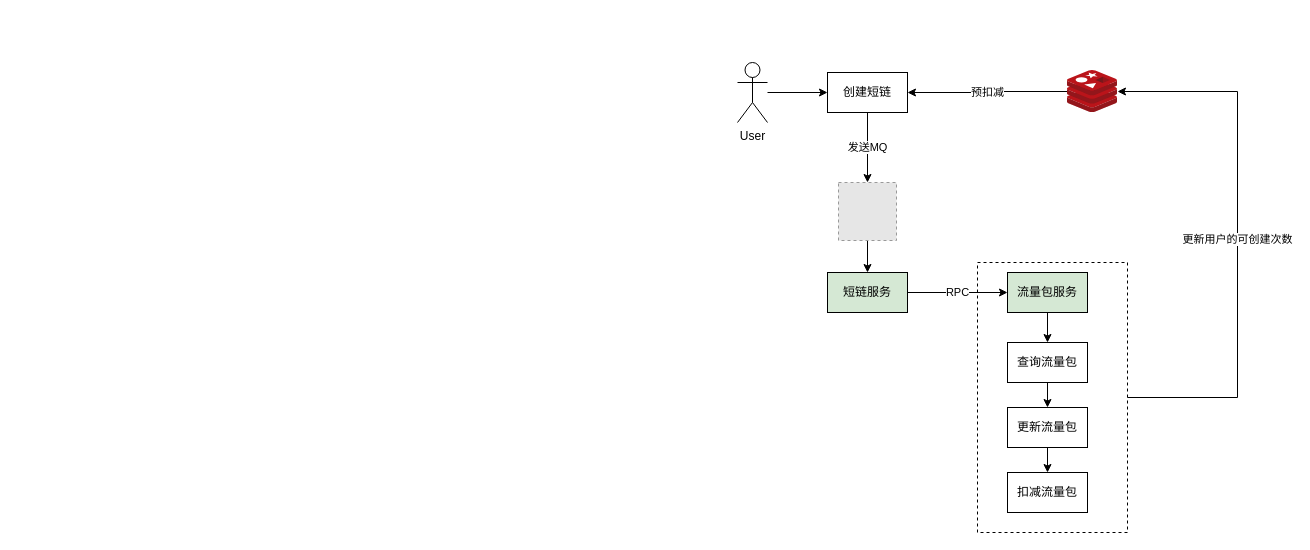
Above: Draw/短链联动流量包.drawio in RainbowJier/Short_Chain (draw.io), before the change. Source tidied: cells renumbered, new cells numbered last; positions are measured from the earlier drawing's top-left corner, leaving out a move shared by most shapes. Both pictures are drawn from the tidied source at 100%, with x=0, y=0 at pixel (737, 62). Pictures stored in the file or linked from it are replaced by grey dashed boxes.
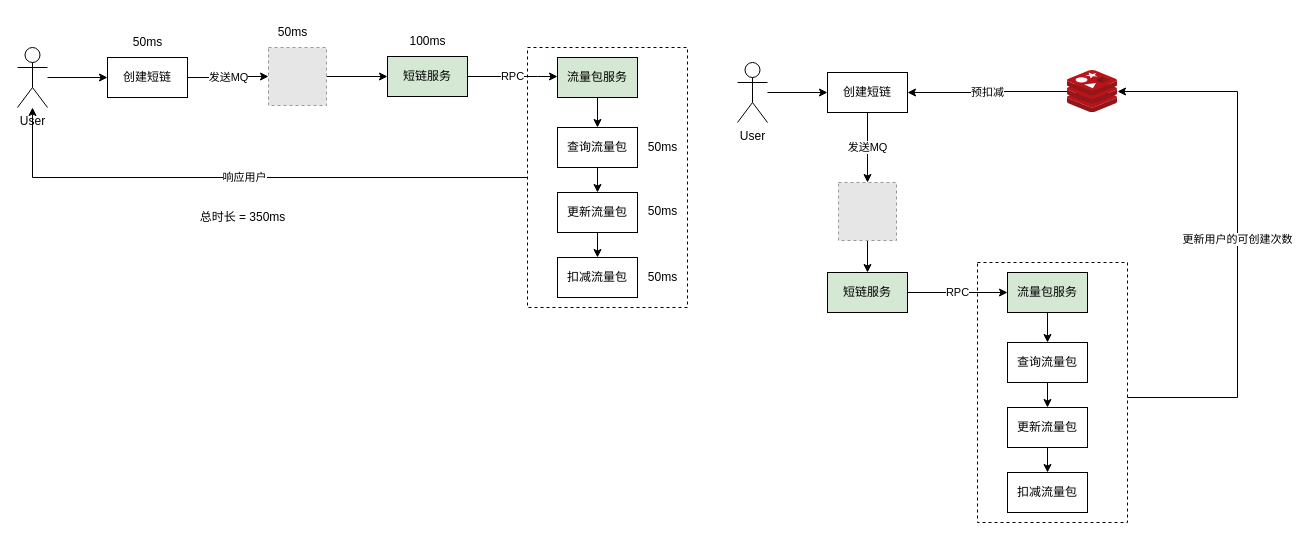
The same diagram, later.

Commit message (it also covers changes not shown here):
更新短链联动流量包.drawio

Change to the diagram source:
```diff
@@
     <mxCell id="2" style="rounded=0;whiteSpace=wrap;html=1;fillColor=none;strokeColor=default;dashed=1;" parent="1" vertex="1">
-      <mxGeometry x="240" y="200" width="150" height="270" as="geometry" />
+      <mxGeometry x="240" y="200" width="150" height="260" as="geometry" />
     </mxCell>
@@
+    <mxCell id="21" value="响应用户" style="edgeStyle=orthogonalEdgeStyle;rounded=0;jettySize=auto;html=1;" parent="1" edge="1" source="22" target="24">
+      <mxGeometry relative="1" as="geometry">
+        <Array as="points">
+          <mxPoint x="-705" y="115" />
+        </Array>
+      </mxGeometry>
+    </mxCell>
+    <mxCell id="22" style="rounded=0;whiteSpace=wrap;html=1;fillColor=none;strokeColor=default;dashed=1;" parent="1" vertex="1">
+      <mxGeometry x="-210" y="-15" width="160" height="260" as="geometry" />
+    </mxCell>
+    <mxCell id="23" style="edgeStyle=orthogonalEdgeStyle;rounded=0;jettySize=auto;html=1;flowAnimation=0;" parent="1" edge="1" source="24" target="26">
+      <mxGeometry relative="1" as="geometry" />
+    </mxCell>
+    <mxCell id="24" value="User" style="shape=umlActor;verticalLabelPosition=bottom;verticalAlign=top;html=1;outlineConnect=0;" parent="1" vertex="1">
+      <mxGeometry x="-720" y="-15" width="30" height="60" as="geometry" />
+    </mxCell>
+    <mxCell id="25" value="发送MQ" style="edgeStyle=orthogonalEdgeStyle;rounded=0;jettySize=auto;html=1;" parent="1" edge="1" source="26" target="28">
+      <mxGeometry relative="1" as="geometry" />
+    </mxCell>
+    <mxCell id="26" value="创建短链" style="rounded=0;whiteSpace=wrap;html=1;fillColor=none;" parent="1" vertex="1">
+      <mxGeometry x="-630" y="-5" width="80" height="40" as="geometry" />
+    </mxCell>
+    <mxCell id="27" style="edgeStyle=orthogonalEdgeStyle;rounded=0;jettySize=auto;html=1;" parent="1" edge="1" source="28" target="30">
+      <mxGeometry relative="1" as="geometry" />
+    </mxCell>
+    <mxCell id="28" style="fillColor=#E6E6E6;strokeColor=#999999;dashed=1;verticalLabelPosition=bottom;labelBackgroundColor=default;verticalAlign=top;" parent="1" vertex="1">
+      <mxGeometry x="-469" y="-15" width="58" height="58" as="geometry" />
+    </mxCell>
+    <mxCell id="29" value="RPC" style="edgeStyle=orthogonalEdgeStyle;rounded=0;jettySize=auto;html=1;" parent="1" edge="1" source="30" target="32">
+      <mxGeometry relative="1" as="geometry">
+        <Array as="points">
+          <mxPoint x="-200" y="14" />
+          <mxPoint x="-200" y="14" />
+        </Array>
+      </mxGeometry>
+    </mxCell>
+    <mxCell id="30" value="短链服务" style="rounded=0;whiteSpace=wrap;html=1;fillColor=#D5E8D4;" parent="1" vertex="1">
+      <mxGeometry x="-350" y="-6" width="80" height="40" as="geometry" />
+    </mxCell>
+    <mxCell id="31" style="edgeStyle=orthogonalEdgeStyle;rounded=0;jettySize=auto;html=1;" parent="1" edge="1" source="32" target="34">
+      <mxGeometry relative="1" as="geometry" />
+    </mxCell>
+    <mxCell id="32" value="流量包服务" style="rounded=0;whiteSpace=wrap;html=1;fillColor=#D5E8D4;" parent="1" vertex="1">
+      <mxGeometry x="-180" y="-5" width="80" height="40" as="geometry" />
+    </mxCell>
+    <mxCell id="33" style="edgeStyle=orthogonalEdgeStyle;rounded=0;jettySize=auto;html=1;" parent="1" edge="1" source="34" target="36">
+      <mxGeometry relative="1" as="geometry" />
+    </mxCell>
+    <mxCell id="34" value="查询流量包" style="rounded=0;whiteSpace=wrap;html=1;fillColor=none;" parent="1" vertex="1">
+      <mxGeometry x="-180" y="65" width="80" height="40" as="geometry" />
+    </mxCell>
+    <mxCell id="35" style="edgeStyle=orthogonalEdgeStyle;rounded=0;jettySize=auto;html=1;" parent="1" edge="1" source="36" target="37">
+      <mxGeometry relative="1" as="geometry" />
+    </mxCell>
+    <mxCell id="36" value="更新流量包" style="rounded=0;whiteSpace=wrap;html=1;fillColor=none;" parent="1" vertex="1">
+      <mxGeometry x="-180" y="130" width="80" height="40" as="geometry" />
+    </mxCell>
+    <mxCell id="37" value="扣减流量包" style="rounded=0;whiteSpace=wrap;html=1;fillColor=none;" parent="1" vertex="1">
+      <mxGeometry x="-180" y="195" width="80" height="40" as="geometry" />
+    </mxCell>
+    <mxCell id="38" value="50ms" style="text;html=1;align=center;verticalAlign=middle;strokeColor=none;fillColor=none;" parent="1" vertex="1">
+      <mxGeometry x="-615" y="-35" width="50" height="30" as="geometry" />
+    </mxCell>
+    <mxCell id="39" value="50ms" style="text;html=1;align=center;verticalAlign=middle;strokeColor=none;fillColor=none;" parent="1" vertex="1">
+      <mxGeometry x="-470" y="-45" width="50" height="30" as="geometry" />
+    </mxCell>
+    <mxCell id="40" value="100ms" style="text;html=1;align=center;verticalAlign=middle;strokeColor=none;fillColor=none;" parent="1" vertex="1">
+      <mxGeometry x="-340" y="-36" width="60" height="30" as="geometry" />
+    </mxCell>
+    <mxCell id="41" value="50ms" style="text;html=1;align=center;verticalAlign=middle;strokeColor=none;fillColor=none;" parent="1" vertex="1">
+      <mxGeometry x="-100" y="70" width="50" height="30" as="geometry" />
+    </mxCell>
+    <mxCell id="42" value="50ms" style="text;html=1;align=center;verticalAlign=middle;strokeColor=none;fillColor=none;" parent="1" vertex="1">
+      <mxGeometry x="-100" y="134" width="50" height="30" as="geometry" />
+    </mxCell>
+    <mxCell id="43" value="50ms" style="text;html=1;align=center;verticalAlign=middle;strokeColor=none;fillColor=none;" parent="1" vertex="1">
+      <mxGeometry x="-100" y="200" width="50" height="30" as="geometry" />
+    </mxCell>
+    <mxCell id="44" value="总时长 = 350ms" style="text;html=1;align=center;verticalAlign=middle;strokeColor=none;fillColor=none;" parent="1" vertex="1">
+      <mxGeometry x="-550" y="140" width="110" height="30" as="geometry" />
+    </mxCell>
```
